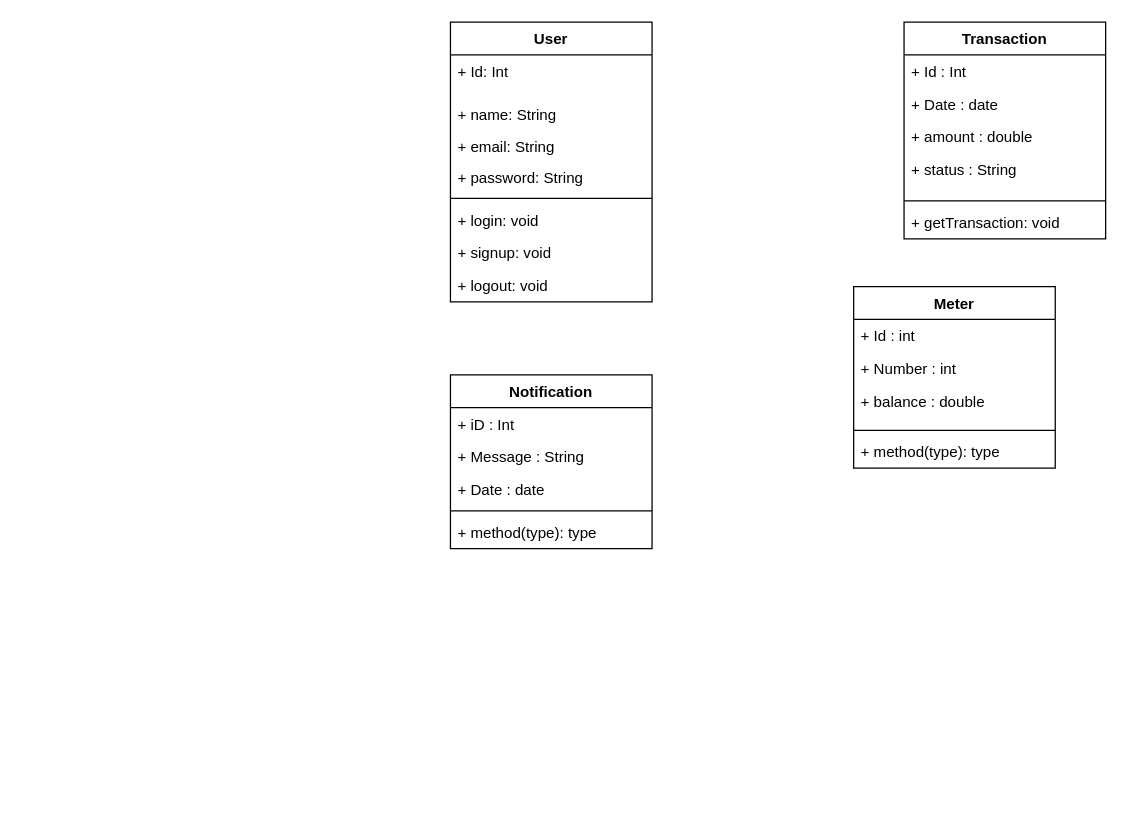
Before: page "Class diagram" (1 of 2) of BillClass Diagram.drawio in LeloKarma/website, a draw.io diagram. Source tidied: cells renumbered, new cells numbered last; positions are measured from the earlier drawing's top-left corner, leaving out a move shared by most shapes. Both pictures are drawn from the tidied source at 126%, with x=0, y=0 at pixel (450, 21).
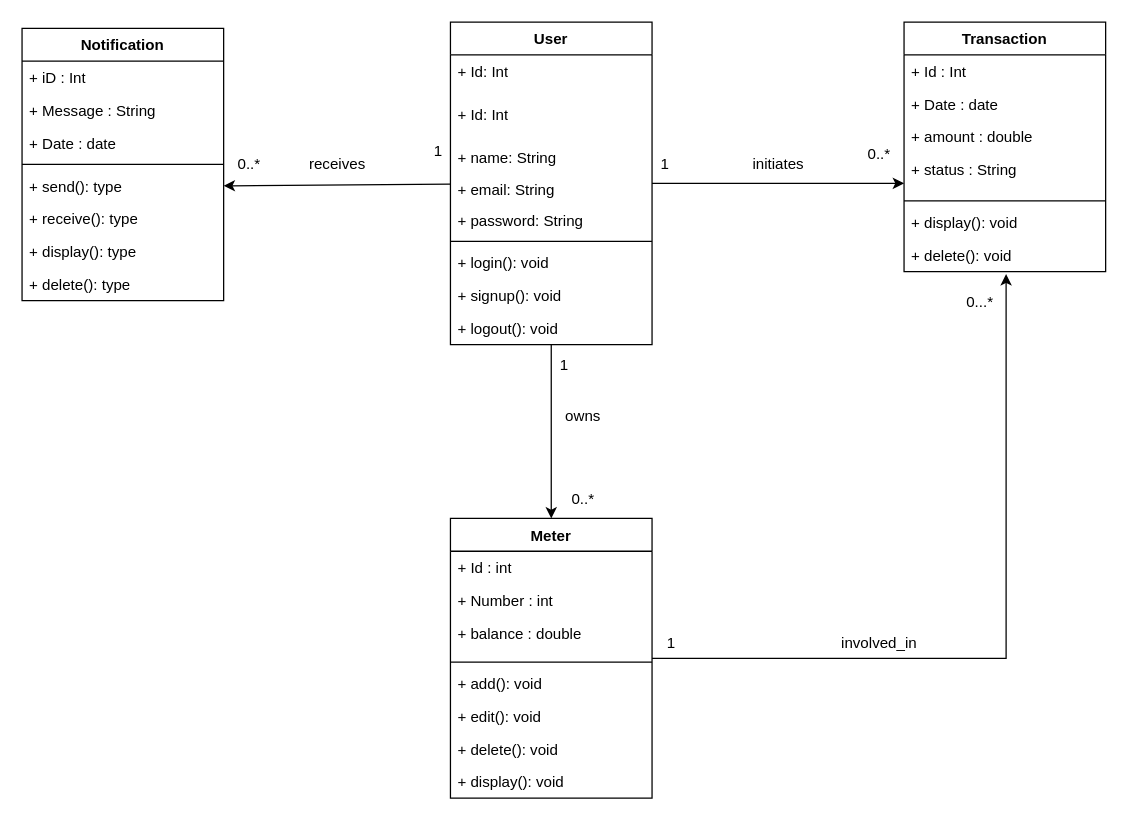
After the change.

Unchanged cells that the change refers to:
```xml
<mxCell id="15" value="+ status : String" style="text;strokeColor=none;fillColor=none;align=left;verticalAlign=top;spacingLeft=4;spacingRight=4;overflow=hidden;points=[[0,0.5],[1,0.5]];portConstraint=eastwest;whiteSpace=wrap;html=1;" parent="11" vertex="1">
  <mxGeometry y="104" width="160" height="34" as="geometry" />
</mxCell>
```

What changed in the source:
```diff
@@
+    <mxCell id="30" style="edgeStyle=none;rounded=0;jettySize=auto;html=1;entryX=0;entryY=0.706;entryDx=0;entryDy=0;entryPerimeter=0;" parent="1" edge="1" source="2" target="15">
+      <mxGeometry relative="1" as="geometry" />
+    </mxCell>
+    <mxCell id="31" style="edgeStyle=none;rounded=0;jettySize=auto;html=1;entryX=0.5;entryY=0;entryDx=0;entryDy=0;" parent="1" edge="1" source="2" target="18">
+      <mxGeometry relative="1" as="geometry" />
+    </mxCell>
+    <mxCell id="32" style="edgeStyle=none;rounded=0;jettySize=auto;html=1;entryX=1;entryY=0.5;entryDx=0;entryDy=0;" parent="1" edge="1" source="2" target="29">
+      <mxGeometry relative="1" as="geometry" />
+    </mxCell>
     <mxCell id="2" value="User" style="swimlane;fontStyle=1;align=center;verticalAlign=top;horizontal=1;startSize=26;whiteSpace=wrap;html=1;" parent="1" vertex="1">
-      <mxGeometry width="160" height="222" as="geometry" />
+      <mxGeometry width="160" height="256" as="geometry" />
     </mxCell>
@@
+    <mxCell id="33" value="+ Id: Int" style="text;strokeColor=none;fillColor=none;align=left;verticalAlign=top;spacingLeft=4;spacingRight=4;overflow=hidden;whiteSpace=wrap;html=1;" parent="2" vertex="1">
+      <mxGeometry y="60" width="160" height="34" as="geometry" />
+    </mxCell>
     <mxCell id="4" value="+ name: String" style="text;strokeColor=none;fillColor=none;align=left;verticalAlign=top;spacingLeft=4;spacingRight=4;overflow=hidden;whiteSpace=wrap;html=1;" parent="2" vertex="1">
-      <mxGeometry y="60" width="160" height="26" as="geometry" />
+      <mxGeometry y="94" width="160" height="26" as="geometry" />
     </mxCell>
     <mxCell id="5" value="+ email: String" style="text;strokeColor=none;fillColor=none;align=left;verticalAlign=top;spacingLeft=4;spacingRight=4;overflow=hidden;whiteSpace=wrap;html=1;" parent="2" vertex="1">
-      <mxGeometry y="86" width="160" height="24" as="geometry" />
+      <mxGeometry y="120" width="160" height="24" as="geometry" />
     </mxCell>
     <mxCell id="6" value="+ password: String" style="text;strokeColor=none;fillColor=none;align=left;verticalAlign=top;spacingLeft=4;spacingRight=4;overflow=hidden;whiteSpace=wrap;html=1;" parent="2" vertex="1">
-      <mxGeometry y="110" width="160" height="26" as="geometry" />
+      <mxGeometry y="144" width="160" height="26" as="geometry" />
     </mxCell>
     <mxCell id="7" style="line;strokeWidth=1;fillColor=none;align=left;verticalAlign=middle;spacingTop=-1;spacingLeft=3;spacingRight=3;labelPosition=right;strokeColor=inherit;" parent="2" vertex="1">
-      <mxGeometry y="136" width="160" height="8" as="geometry" />
+      <mxGeometry y="170" width="160" height="8" as="geometry" />
     </mxCell>
-    <mxCell id="8" value="+ login: void" style="text;strokeColor=none;fillColor=none;align=left;verticalAlign=top;spacingLeft=4;spacingRight=4;overflow=hidden;whiteSpace=wrap;html=1;" parent="2" vertex="1">
-      <mxGeometry y="144" width="160" height="26" as="geometry" />
+    <mxCell id="8" value="+ login(): void" style="text;strokeColor=none;fillColor=none;align=left;verticalAlign=top;spacingLeft=4;spacingRight=4;overflow=hidden;whiteSpace=wrap;html=1;" parent="2" vertex="1">
+      <mxGeometry y="178" width="160" height="26" as="geometry" />
     </mxCell>
-    <mxCell id="9" value="+ signup: void" style="text;strokeColor=none;fillColor=none;align=left;verticalAlign=top;spacingLeft=4;spacingRight=4;overflow=hidden;whiteSpace=wrap;html=1;" parent="2" vertex="1">
-      <mxGeometry y="170" width="160" height="26" as="geometry" />
+    <mxCell id="9" value="+ signup(): void" style="text;strokeColor=none;fillColor=none;align=left;verticalAlign=top;spacingLeft=4;spacingRight=4;overflow=hidden;whiteSpace=wrap;html=1;" parent="2" vertex="1">
+      <mxGeometry y="204" width="160" height="26" as="geometry" />
     </mxCell>
-    <mxCell id="10" value="+ logout: void" style="text;strokeColor=none;fillColor=none;align=left;verticalAlign=top;spacingLeft=4;spacingRight=4;overflow=hidden;whiteSpace=wrap;html=1;" parent="2" vertex="1">
-      <mxGeometry y="196" width="160" height="26" as="geometry" />
+    <mxCell id="10" value="+ logout(): void" style="text;strokeColor=none;fillColor=none;align=left;verticalAlign=top;spacingLeft=4;spacingRight=4;overflow=hidden;whiteSpace=wrap;html=1;" parent="2" vertex="1">
+      <mxGeometry y="230" width="160" height="26" as="geometry" />
     </mxCell>
     <mxCell id="11" value="Transaction" style="swimlane;fontStyle=1;align=center;verticalAlign=top;horizontal=1;startSize=26;whiteSpace=wrap;html=1;" parent="1" vertex="1">
-      <mxGeometry x="360" width="160" height="172" as="geometry" />
+      <mxGeometry x="360" width="160" height="198" as="geometry" />
     </mxCell>
@@
-    <mxCell id="17" value="+ getTransaction: void" style="text;strokeColor=none;fillColor=none;align=left;verticalAlign=top;spacingLeft=4;spacingRight=4;overflow=hidden;whiteSpace=wrap;html=1;" parent="11" vertex="1">
+    <mxCell id="17" value="+ display(): void" style="text;strokeColor=none;fillColor=none;align=left;verticalAlign=top;spacingLeft=4;spacingRight=4;overflow=hidden;whiteSpace=wrap;html=1;" parent="11" vertex="1">
       <mxGeometry y="146" width="160" height="26" as="geometry" />
     </mxCell>
+    <mxCell id="34" value="+ delete(): void" style="text;strokeColor=none;fillColor=none;align=left;verticalAlign=top;spacingLeft=4;spacingRight=4;overflow=hidden;whiteSpace=wrap;html=1;" parent="11" vertex="1">
+      <mxGeometry y="172" width="160" height="26" as="geometry" />
+    </mxCell>
     <mxCell id="18" value="Meter" style="swimlane;fontStyle=1;align=center;verticalAlign=top;horizontal=1;startSize=26;whiteSpace=wrap;html=1;" parent="1" vertex="1">
-      <mxGeometry x="320" y="210" width="160" height="144" as="geometry" />
+      <mxGeometry y="394" width="160" height="222" as="geometry" />
     </mxCell>
@@
-    <mxCell id="23" value="+ method(type): type" style="text;strokeColor=none;fillColor=none;align=left;verticalAlign=top;spacingLeft=4;spacingRight=4;overflow=hidden;whiteSpace=wrap;html=1;" parent="18" vertex="1">
+    <mxCell id="23" value="+ add(): void" style="text;strokeColor=none;fillColor=none;align=left;verticalAlign=top;spacingLeft=4;spacingRight=4;overflow=hidden;whiteSpace=wrap;html=1;" parent="18" vertex="1">
       <mxGeometry y="118" width="160" height="26" as="geometry" />
     </mxCell>
+    <mxCell id="35" value="+ edit(): void" style="text;strokeColor=none;fillColor=none;align=left;verticalAlign=top;spacingLeft=4;spacingRight=4;overflow=hidden;whiteSpace=wrap;html=1;" parent="18" vertex="1">
+      <mxGeometry y="144" width="160" height="26" as="geometry" />
+    </mxCell>
+    <mxCell id="36" value="+ delete(): void" style="text;strokeColor=none;fillColor=none;align=left;verticalAlign=top;spacingLeft=4;spacingRight=4;overflow=hidden;whiteSpace=wrap;html=1;" parent="18" vertex="1">
+      <mxGeometry y="170" width="160" height="26" as="geometry" />
+    </mxCell>
+    <mxCell id="37" value="+ display(): void" style="text;strokeColor=none;fillColor=none;align=left;verticalAlign=top;spacingLeft=4;spacingRight=4;overflow=hidden;whiteSpace=wrap;html=1;" parent="18" vertex="1">
+      <mxGeometry y="196" width="160" height="26" as="geometry" />
+    </mxCell>
     <mxCell id="24" value="Notification&lt;div&gt;&lt;br&gt;&lt;/div&gt;" style="swimlane;fontStyle=1;align=center;verticalAlign=top;horizontal=1;startSize=26;whiteSpace=wrap;html=1;" parent="1" vertex="1">
-      <mxGeometry y="280" width="160" height="138" as="geometry" />
+      <mxGeometry x="-340" y="5" width="160" height="216" as="geometry" />
     </mxCell>
@@
-    <mxCell id="29" value="+ method(type): type" style="text;strokeColor=none;fillColor=none;align=left;verticalAlign=top;spacingLeft=4;spacingRight=4;overflow=hidden;points=[[0,0.5],[1,0.5]];portConstraint=eastwest;whiteSpace=wrap;html=1;" parent="24" vertex="1">
+    <mxCell id="29" value="+ send(): type" style="text;strokeColor=none;fillColor=none;align=left;verticalAlign=top;spacingLeft=4;spacingRight=4;overflow=hidden;points=[[0,0.5],[1,0.5]];portConstraint=eastwest;whiteSpace=wrap;html=1;" parent="24" vertex="1">
       <mxGeometry y="112" width="160" height="26" as="geometry" />
     </mxCell>
+    <mxCell id="38" value="+ receive(): type" style="text;strokeColor=none;fillColor=none;align=left;verticalAlign=top;spacingLeft=4;spacingRight=4;overflow=hidden;whiteSpace=wrap;html=1;" parent="24" vertex="1">
+      <mxGeometry y="138" width="160" height="26" as="geometry" />
+    </mxCell>
+    <mxCell id="39" value="+ display(): type" style="text;strokeColor=none;fillColor=none;align=left;verticalAlign=top;spacingLeft=4;spacingRight=4;overflow=hidden;whiteSpace=wrap;html=1;" parent="24" vertex="1">
+      <mxGeometry y="164" width="160" height="26" as="geometry" />
+    </mxCell>
+    <mxCell id="40" value="+ delete(): type" style="text;strokeColor=none;fillColor=none;align=left;verticalAlign=top;spacingLeft=4;spacingRight=4;overflow=hidden;whiteSpace=wrap;html=1;" parent="24" vertex="1">
+      <mxGeometry y="190" width="160" height="26" as="geometry" />
+    </mxCell>
+    <mxCell id="41" value="1" style="text;html=1;align=center;verticalAlign=middle;strokeColor=none;fillColor=none;" parent="1" vertex="1">
+      <mxGeometry x="155" y="98" width="30" height="30" as="geometry" />
+    </mxCell>
+    <mxCell id="42" value="0..*" style="text;html=1;align=center;verticalAlign=middle;strokeColor=none;fillColor=none;" parent="1" vertex="1">
+      <mxGeometry x="320" y="90" width="40" height="30" as="geometry" />
+    </mxCell>
+    <mxCell id="43" value="owns" style="text;html=1;align=center;verticalAlign=middle;strokeColor=none;fillColor=none;" parent="1" vertex="1">
+      <mxGeometry x="80" y="298" width="50" height="30" as="geometry" />
+    </mxCell>
+    <mxCell id="44" value="1" style="text;html=1;align=center;verticalAlign=middle;strokeColor=none;fillColor=none;" parent="1" vertex="1">
+      <mxGeometry x="75" y="258" width="30" height="30" as="geometry" />
+    </mxCell>
+    <mxCell id="45" value="0..*" style="text;html=1;align=center;verticalAlign=middle;strokeColor=none;fillColor=none;" parent="1" vertex="1">
+      <mxGeometry x="85" y="364" width="40" height="30" as="geometry" />
+    </mxCell>
+    <mxCell id="46" value="initiates" style="text;html=1;align=center;verticalAlign=middle;strokeColor=none;fillColor=none;" parent="1" vertex="1">
+      <mxGeometry x="230" y="98" width="60" height="30" as="geometry" />
+    </mxCell>
+    <mxCell id="47" value="1" style="text;html=1;align=center;verticalAlign=middle;strokeColor=none;fillColor=none;" parent="1" vertex="1">
+      <mxGeometry x="-25" y="88" width="30" height="30" as="geometry" />
+    </mxCell>
+    <mxCell id="48" value="0..*" style="text;html=1;align=center;verticalAlign=middle;strokeColor=none;fillColor=none;" parent="1" vertex="1">
+      <mxGeometry x="-180" y="98" width="40" height="30" as="geometry" />
+    </mxCell>
+    <mxCell id="49" value="receives" style="text;html=1;align=center;verticalAlign=middle;strokeColor=none;fillColor=none;" parent="1" vertex="1">
+      <mxGeometry x="-125" y="98" width="70" height="30" as="geometry" />
+    </mxCell>
+    <mxCell id="50" style="edgeStyle=none;rounded=0;jettySize=auto;html=1;" parent="1" edge="1" source="18">
+      <mxGeometry relative="1" as="geometry">
+        <mxPoint x="441" y="200" as="targetPoint" />
+        <Array as="points">
+          <mxPoint x="441" y="505" />
+        </Array>
+      </mxGeometry>
+    </mxCell>
+    <mxCell id="51" value="involved_in" style="text;html=1;align=center;verticalAlign=middle;strokeColor=none;fillColor=none;" parent="1" vertex="1">
+      <mxGeometry x="300" y="478" width="80" height="30" as="geometry" />
+    </mxCell>
+    <mxCell id="52" value="1" style="text;html=1;align=center;verticalAlign=middle;strokeColor=none;fillColor=none;" parent="1" vertex="1">
+      <mxGeometry x="160" y="478" width="30" height="30" as="geometry" />
+    </mxCell>
+    <mxCell id="53" value="0...*" style="text;html=1;align=center;verticalAlign=middle;strokeColor=none;fillColor=none;" parent="1" vertex="1">
+      <mxGeometry x="400" y="208" width="40" height="30" as="geometry" />
+    </mxCell>
```
